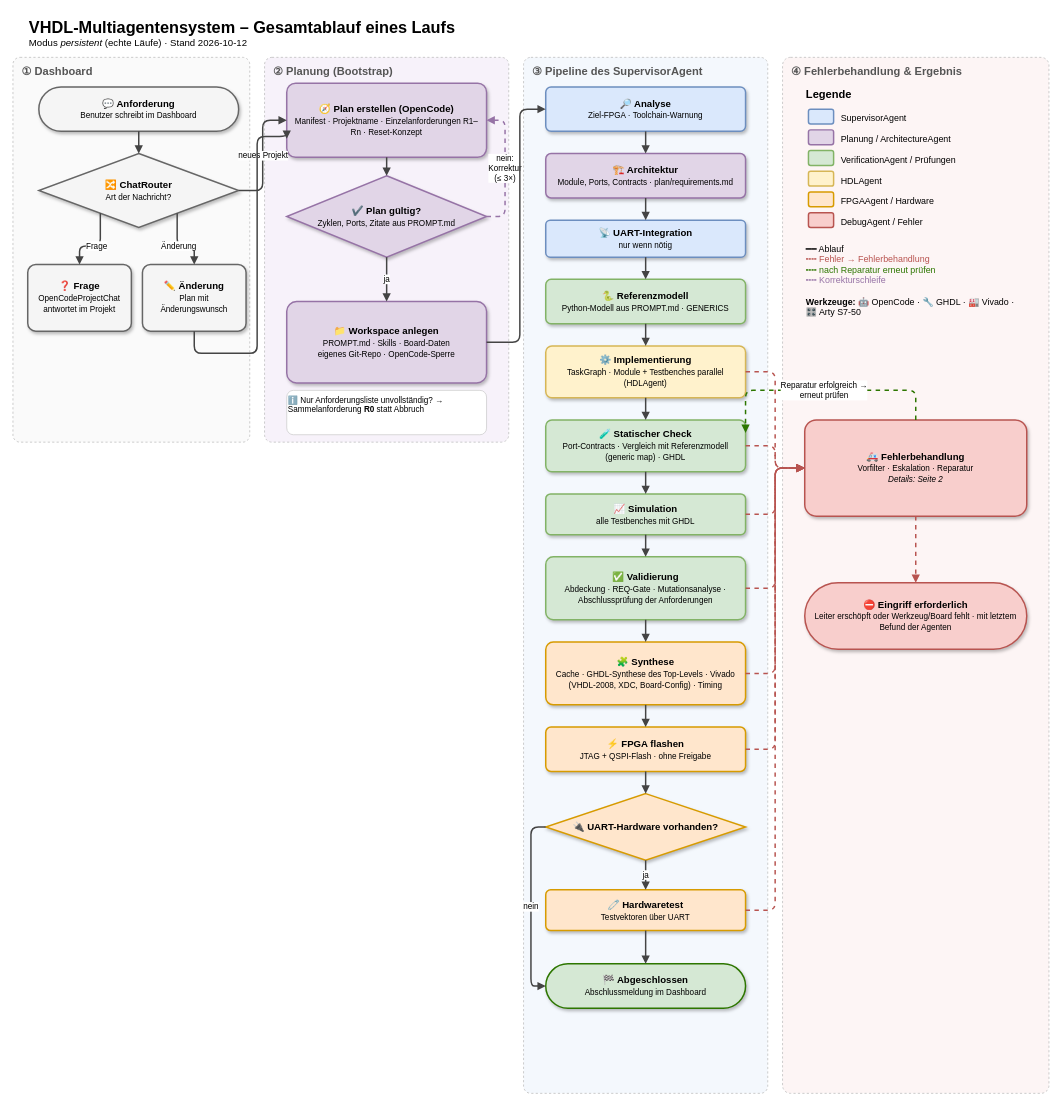
Above: page "1 Gesamtablauf" (1 of 2) of docs/architecture/MAS-Ablauf.drawio in Christian-Alexander141/vhdl-agent (draw.io), before the change. Source tidied: cells renumbered, new cells numbered last; positions are measured from the earlier drawing's top-left corner, leaving out a move shared by most shapes. Both pictures are drawn from the tidied source at 74%, with x=0, y=0 at pixel (13, 13).
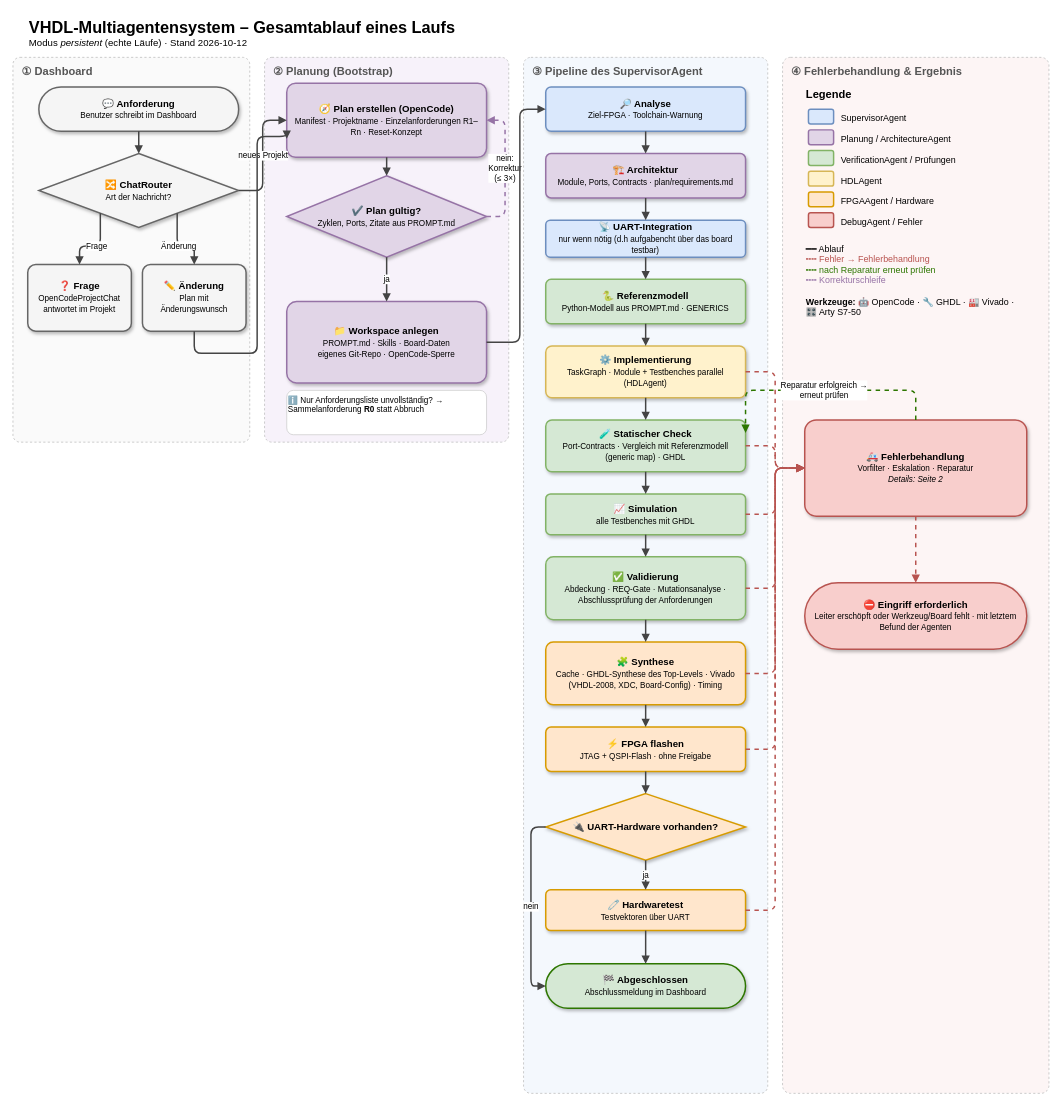
Above is the later version.

Change to the diagram source:
```diff
@@
-    <mxCell id="25" value="&lt;b&gt;📡 UART-Integration&lt;/b&gt;&lt;br&gt;&lt;font style='font-size:11px'&gt;nur wenn nötig&lt;/font&gt;" style="rounded=1;arcSize=12;whiteSpace=wrap;html=1;fillColor=#dae8fc;strokeColor=#6c8ebf;fontSize=13;strokeWidth=2;shadow=1;spacing=6;" parent="1" vertex="1">
+    <mxCell id="25" value="&lt;b&gt;📡 UART-Integration&lt;/b&gt;&lt;br&gt;&lt;font style=&quot;font-size:11px&quot;&gt;nur wenn nötig (d.h aufgabencht über das board testbar)&lt;/font&gt;" style="rounded=1;arcSize=12;whiteSpace=wrap;html=1;fillColor=#dae8fc;strokeColor=#6c8ebf;fontSize=13;strokeWidth=2;shadow=1;spacing=6;" parent="1" vertex="1">
       <mxGeometry x="720" y="280" width="270" height="50" as="geometry" />
     </mxCell>
```
